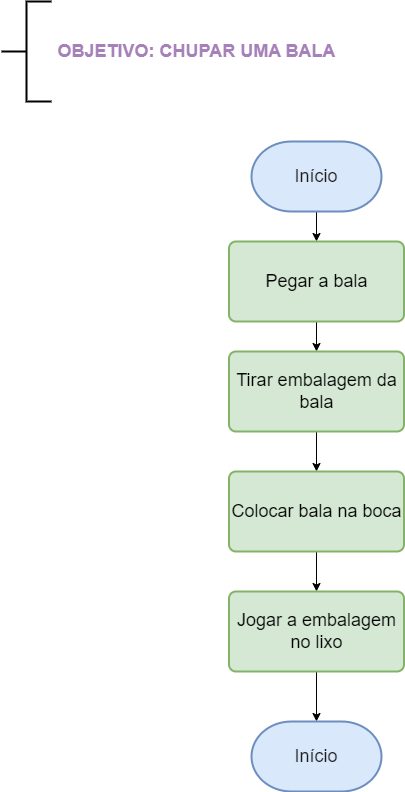
The draw.io diagram Fluxograma - chupar um bala.drawio.png in Andresa43/Fluxogramas, before a commit. Source tidied: cells renumbered, new cells last; positions are measured from the earlier drawing's top-left corner, leaving out a move shared by most shapes.
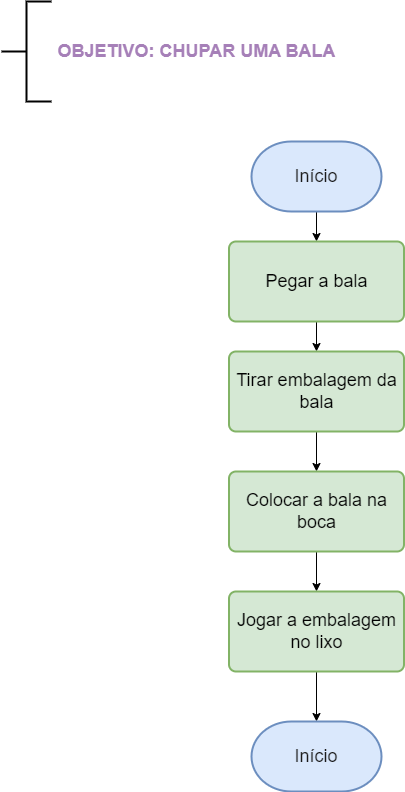
The same diagram one commit later.

Change to the diagram source:
```diff
@@ -29,7 +29,7 @@
     <mxCell id="10" style="edgeStyle=orthogonalEdgeStyle;rounded=0;jettySize=auto;html=1;fontSize=18;fontColor=#1A1A1A;" parent="1" edge="1" source="11" target="13">
       <mxGeometry relative="1" as="geometry" />
     </mxCell>
-    <mxCell id="11" value="Colocar bala na boca" style="rounded=1;whiteSpace=wrap;html=1;absoluteArcSize=1;arcSize=14;strokeWidth=2;fontSize=18;fillColor=#d5e8d4;strokeColor=#82b366;" parent="1" vertex="1">
+    <mxCell id="11" value="Colocar a bala na boca" style="rounded=1;whiteSpace=wrap;html=1;absoluteArcSize=1;arcSize=14;strokeWidth=2;fontSize=18;fillColor=#d5e8d4;strokeColor=#82b366;" parent="1" vertex="1">
       <mxGeometry x="227.5" y="470" width="175" height="80" as="geometry" />
     </mxCell>
     <mxCell id="12" style="edgeStyle=orthogonalEdgeStyle;rounded=0;jettySize=auto;html=1;fontSize=18;fontColor=#1A1A1A;" parent="1" edge="1" source="13" target="14">
```
